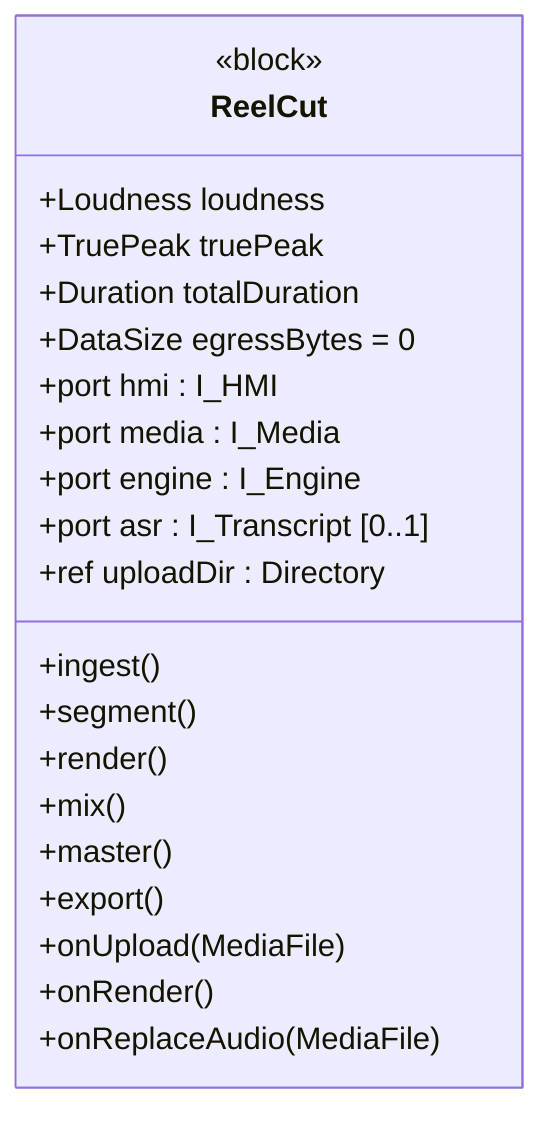
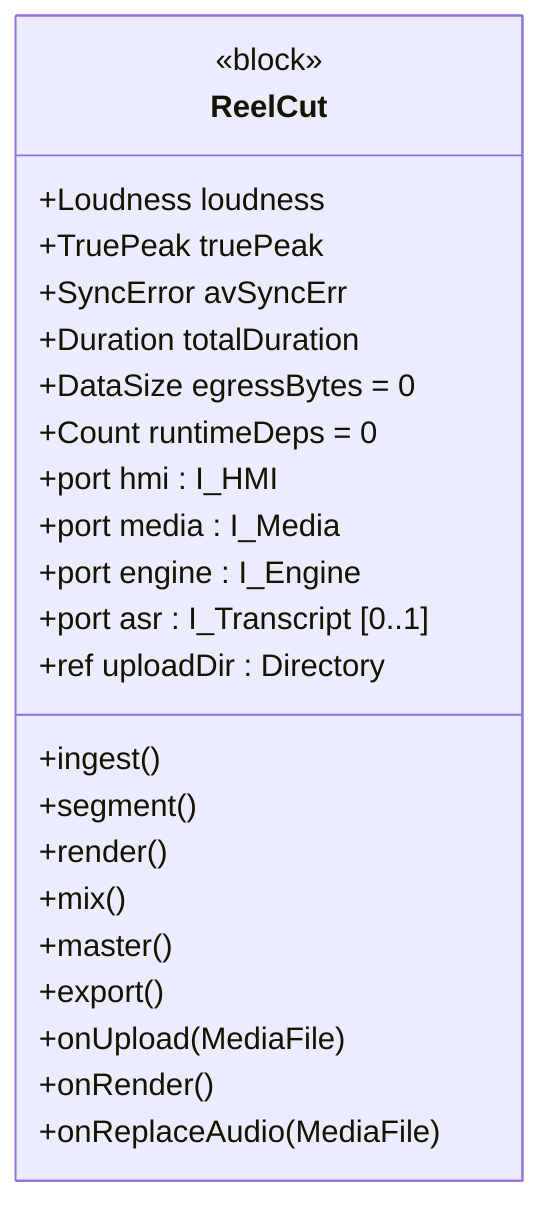
classDiagram
  class ReelCut {
    <<block>>
    +Loudness loudness
    +TruePeak truePeak
+     +SyncError avSyncErr
    +Duration totalDuration
    +DataSize egressBytes = 0
+     +Count runtimeDeps = 0
    +port hmi : I_HMI
    +port media : I_Media
    +port engine : I_Engine
    +port asr : I_Transcript [0..1]
    +ref uploadDir : Directory
    +ingest()
    +segment()
    +render()
    +mix()
    +master()
    +export()
    +onUpload(MediaFile)
    +onRender()
    +onReplaceAudio(MediaFile)
  }
